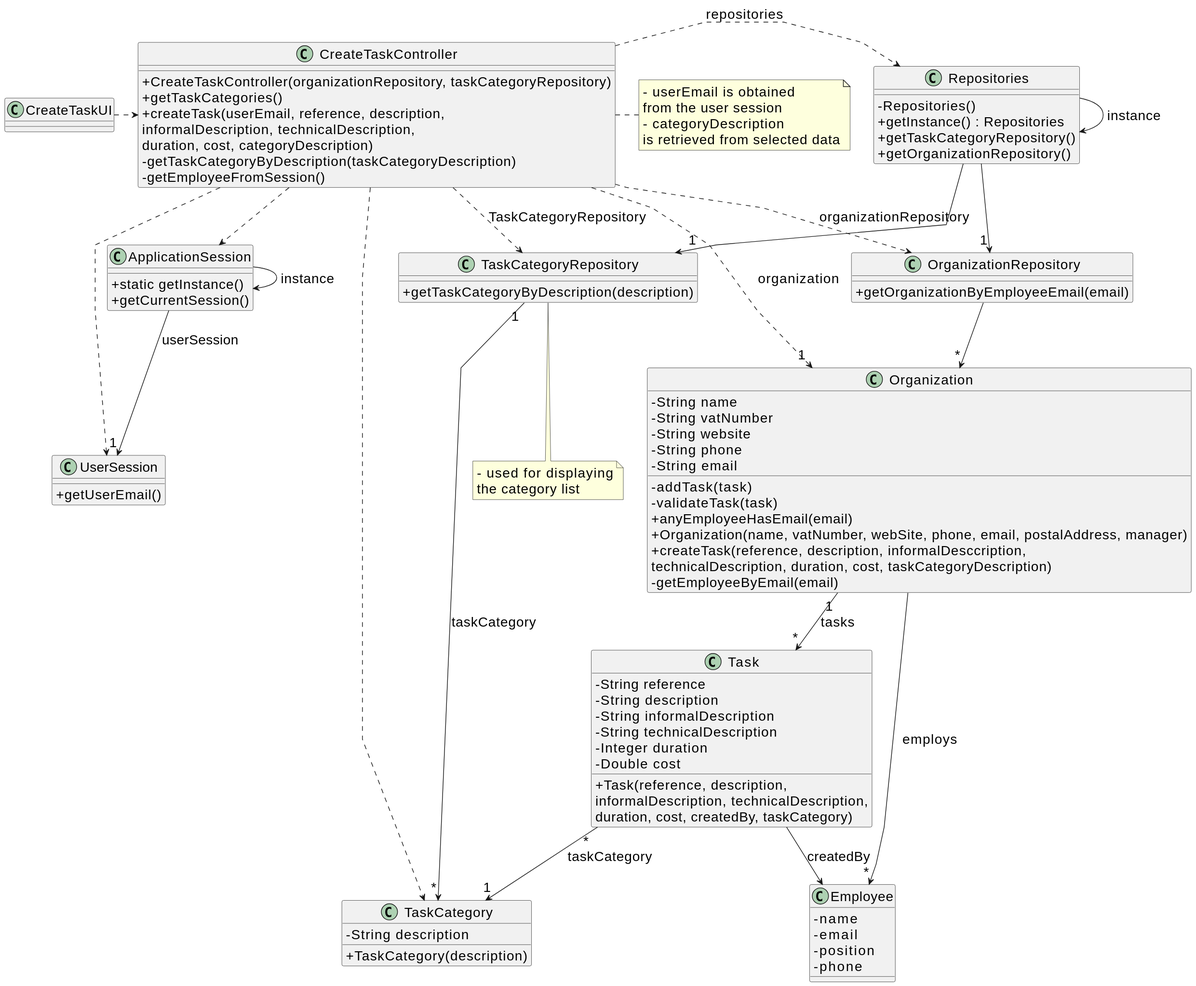
Above: docs/sprintA&B/us01/03.design/svg/us001-class-diagram.svg in daniel41silva05/ISEP_2023_2024_LAPR2 (PlantUML), before the change.
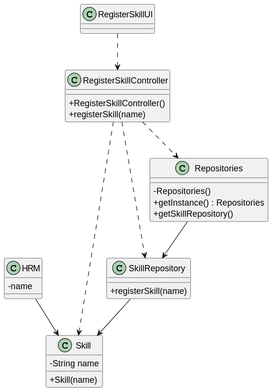
After the commit.

Commit message:
Update  class diagram US01

The edit, as a diff of the source:
```diff
@@ -1,5 +1,4 @@
 @startuml
-skinparamlocked defaultFontSize 20
 skinparam packageStyle rectangle
 skinparam shadowing false
 skinparam linetype polyline
@@ -7,120 +6,39 @@
 skinparam classAttributeIconSize 0
 
 
-class ApplicationSession
-{
-    + static getInstance()
-    + getCurrentSession()
+class Skill {
+    - String name
+
+    + Skill(name)
 }
 
-class UserSession
-{
-    + getUserEmail()
+class HRM {
+    - name
 }
 
-class Employee {
-    - name
-    - email
-    - position
-    - phone
-}
-
-class Task {
-    - String reference
-    - String description
-    - String informalDescription
-    - String technicalDescription
-    - Integer duration
-    - Double cost
-
-    + Task(reference, description,\ninformalDescription, technicalDescription,\nduration, cost, createdBy, taskCategory)
-}
-
-class TaskCategory {
-    - String description
-
-    + TaskCategory(description)
-}
-
-class Organization {
-    - String name
-    - String vatNumber
-    - String website
-    - String phone
-    - String email
-
-    - addTask(task)
-    - validateTask(task)
-    + anyEmployeeHasEmail(email)
-    + Organization(name, vatNumber, webSite, phone, email, postalAddress, manager)
-    + createTask(reference, description, informalDesccription,\ntechnicalDescription, duration, cost, taskCategoryDescription)
-    - getEmployeeByEmail(email)
-
-}
-
-class TaskCategoryRepository {
-    + getTaskCategoryByDescription(description)
-}
-
-class OrganizationRepository {
-    + getOrganizationByEmployeeEmail(email)
+class SkillRepository {
+    + registerSkill(name)
 }
 
 class Repositories {
     - Repositories()
     + getInstance() : Repositories
-    + getTaskCategoryRepository()
-    + getOrganizationRepository()
+    + getSkillRepository()
 }
 
-class CreateTaskController {
-    + CreateTaskController(organizationRepository, taskCategoryRepository)
-    + getTaskCategories()
-    + createTask(userEmail, reference, description,\ninformalDescription, technicalDescription,\nduration, cost, categoryDescription)
-    - getTaskCategoryByDescription(taskCategoryDescription)
-    - getEmployeeFromSession()
+class RegisterSkillController {
+    + RegisterSkillController()
+    + registerSkill(name)
 }
 
-note right of CreateTaskController
-    - userEmail is obtained
-    from the user session
-    - categoryDescription
-    is retrieved from selected data
-end note
-
-note bottom of TaskCategoryRepository
-    - used for displaying
-    the category list
-end note
-
-class CreateTaskUI {
+class RegisterSkillUI {
 }
 
-Repositories -> Repositories : instance
-ApplicationSession -> ApplicationSession : instance
-
-CreateTaskUI .> CreateTaskController
-
-CreateTaskController .> Repositories : repositories
-
-Repositories -> "1" TaskCategoryRepository
-
-CreateTaskController ..> TaskCategory
-CreateTaskController ..> OrganizationRepository : organizationRepository
-CreateTaskController ..> TaskCategoryRepository : TaskCategoryRepository
-
-Repositories --> "1" OrganizationRepository
-
-OrganizationRepository --> "*" Organization
-ApplicationSession --> "1" UserSession : userSession
-
-CreateTaskController ..> "1" Organization : organization
-CreateTaskController ..> ApplicationSession
-CreateTaskController ..> UserSession
-Task "*" --> "1" TaskCategory : taskCategory
-TaskCategoryRepository "1" --> "*" TaskCategory : taskCategory
-Organization "1" --> "*" Task : tasks
-Task --> Employee : createdBy
-
-Organization --> "*" Employee : employs
+RegisterSkillUI ..> RegisterSkillController
+RegisterSkillController ..> Repositories
+RegisterSkillController ..> SkillRepository
+RegisterSkillController ..> Skill
+Repositories --> SkillRepository
+HRM --> Skill
+SkillRepository --> Skill
 @enduml
```
